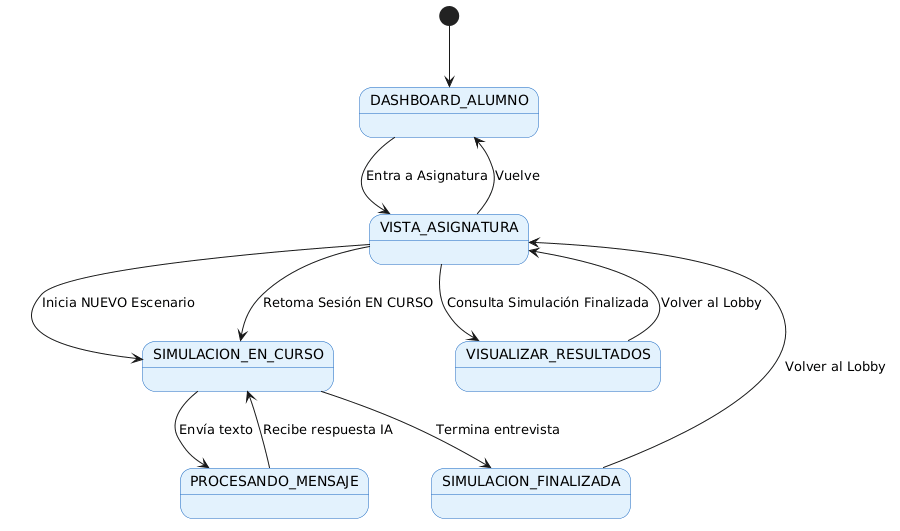
This is modeloDeDominio/diagramaDeEstados/Alumno/diagramaDeEstadoAlumno.png from JLRG806/omni-sim-tfg, a PlantUML export, as it was before one commit. Its source is kept beside it as modeloDeDominio/diagramaDeEstados/Alumno/diagramaDeEstadoAlumno.puml.
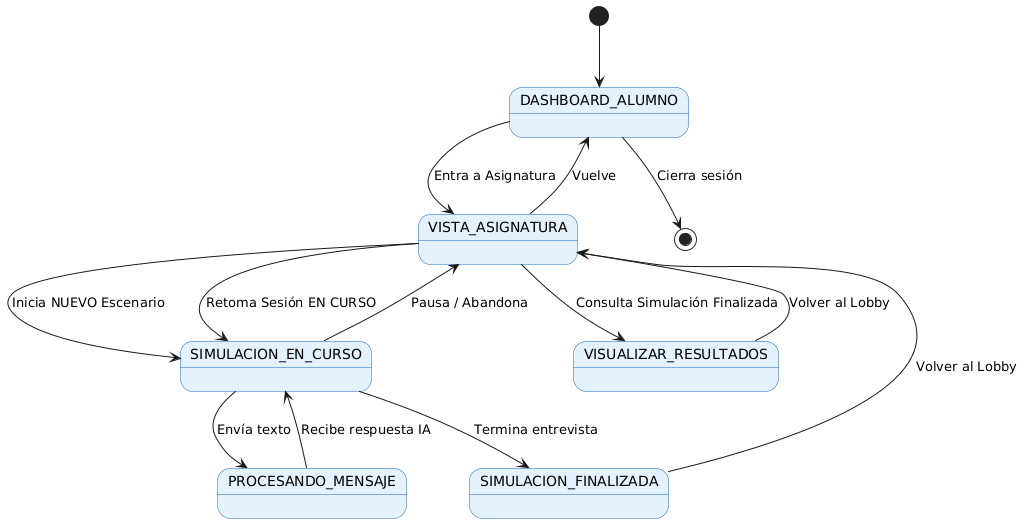
The same diagram one commit later.

Commit message:
fix: Refactor state diagram for Alumno to improve clarity and organization

Diff of the diagram source:
```diff
@@ -3,19 +3,16 @@
 skinparam stateBorderColor #1565C0
 
 [*] --> DASHBOARD_ALUMNO
-
 DASHBOARD_ALUMNO --> VISTA_ASIGNATURA : Entra a Asignatura
 VISTA_ASIGNATURA --> DASHBOARD_ALUMNO : Vuelve
-
 VISTA_ASIGNATURA --> SIMULACION_EN_CURSO : Inicia NUEVO Escenario
 VISTA_ASIGNATURA --> SIMULACION_EN_CURSO : Retoma Sesión EN CURSO
 VISTA_ASIGNATURA --> VISUALIZAR_RESULTADOS : Consulta Simulación Finalizada
-
 SIMULACION_EN_CURSO --> PROCESANDO_MENSAJE : Envía texto
 PROCESANDO_MENSAJE --> SIMULACION_EN_CURSO : Recibe respuesta IA
-
+SIMULACION_EN_CURSO --> VISTA_ASIGNATURA : Pausa / Abandona
 SIMULACION_EN_CURSO --> SIMULACION_FINALIZADA : Termina entrevista
 SIMULACION_FINALIZADA --> VISTA_ASIGNATURA : Volver al Lobby
 VISUALIZAR_RESULTADOS --> VISTA_ASIGNATURA : Volver al Lobby
-
+DASHBOARD_ALUMNO --> [*] : Cierra sesión
 @enduml
```
